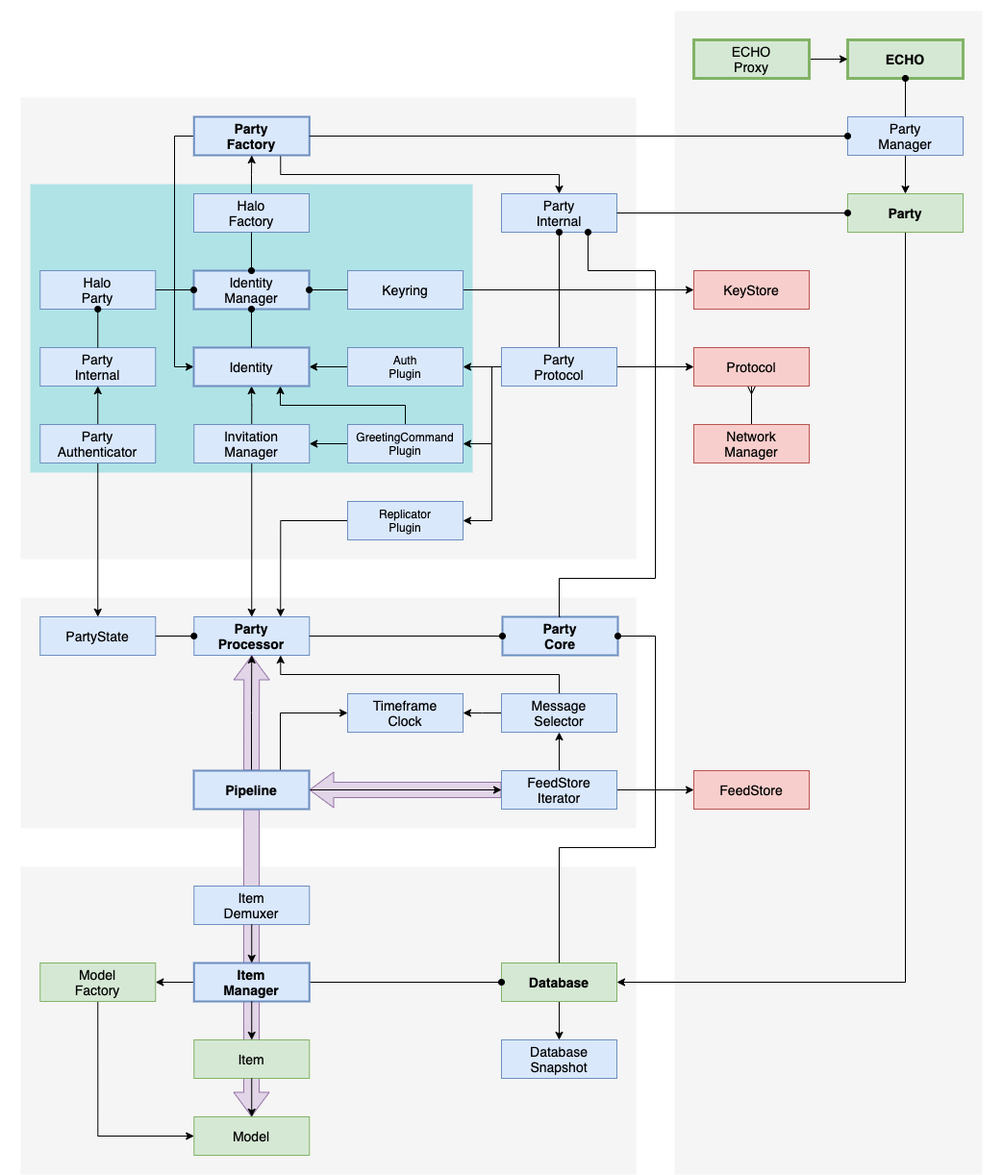
Earlier version of the draw.io export docs/diagrams/echo-architecture.png (dxos/dxos). Source tidied: cells renumbered, new cells last; positions are measured from the earlier drawing's top-left corner, leaving out a move shared by most shapes.
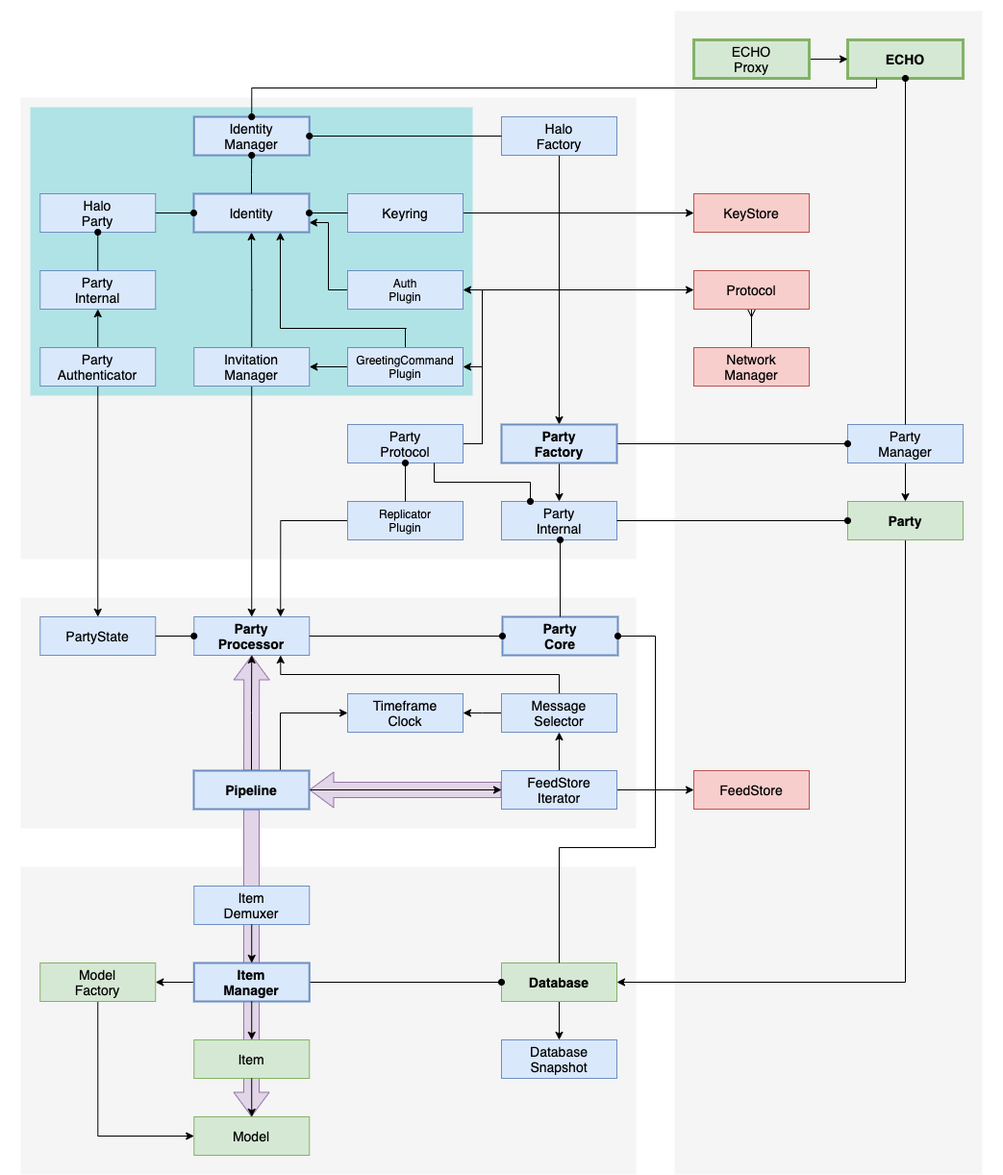
Later version of the same file.

Diff of the diagram source:
```diff
@@ -17,3 +17,3 @@
     <mxCell id="6" style="rounded=0;whiteSpace=wrap;html=1;fontSize=14;fontFamily=Helvetica;fontStyle=0;fillColor=#b0e3e6;strokeColor=none;" parent="1" vertex="1">
-      <mxGeometry x="30" y="190" width="460" height="300" as="geometry" />
+      <mxGeometry x="30" y="110" width="460" height="300" as="geometry" />
     </mxCell>
@@ -23,3 +23,3 @@
     <mxCell id="8" value="Party&lt;br&gt;Manager" style="rounded=0;whiteSpace=wrap;html=1;fontSize=14;fontFamily=Helvetica;fillColor=#dae8fc;strokeColor=#6c8ebf;fontStyle=0;strokeWidth=1;" parent="1" vertex="1">
-      <mxGeometry x="880" y="120" width="120" height="40" as="geometry" />
+      <mxGeometry x="880" y="440" width="120" height="40" as="geometry" />
     </mxCell>
@@ -44,35 +44,4 @@
     <mxCell id="15" value="Identity&lt;br&gt;Manager" style="rounded=0;whiteSpace=wrap;html=1;fontSize=14;fontFamily=Helvetica;fillColor=#dae8fc;strokeColor=#6c8ebf;fontStyle=0;strokeWidth=2;" parent="1" vertex="1">
-      <mxGeometry x="200" y="280" width="120" height="40" as="geometry" />
+      <mxGeometry x="200.2" y="120" width="120" height="40" as="geometry" />
     </mxCell>
-    <mxCell id="16" style="edgeStyle=orthogonalEdgeStyle;rounded=0;jettySize=auto;html=1;fontSize=12;startArrow=none;startFill=0;endArrow=classic;endFill=1;" parent="1" edge="1" source="84" target="64">
-      <mxGeometry relative="1" as="geometry" />
-    </mxCell>
-    <mxCell id="17" style="edgeStyle=orthogonalEdgeStyle;rounded=0;jettySize=auto;html=1;exitX=0;exitY=0.5;exitDx=0;exitDy=0;entryX=1;entryY=0.5;entryDx=0;entryDy=0;fontSize=12;startArrow=none;startFill=0;endArrow=classic;endFill=1;" parent="1" edge="1" source="84" target="67">
-      <mxGeometry relative="1" as="geometry">
-        <Array as="points">
-          <mxPoint x="510" y="380" />
-          <mxPoint x="510" y="460" />
-        </Array>
-      </mxGeometry>
-    </mxCell>
-    <mxCell id="18" style="edgeStyle=orthogonalEdgeStyle;rounded=0;jettySize=auto;html=1;exitX=0;exitY=0.5;exitDx=0;exitDy=0;entryX=1;entryY=0.5;entryDx=0;entryDy=0;fontSize=12;startArrow=none;startFill=0;endArrow=classic;endFill=1;" parent="1" edge="1" source="84" target="69">
-      <mxGeometry relative="1" as="geometry">
-        <Array as="points">
-          <mxPoint x="510" y="380" />
-          <mxPoint x="510" y="540" />
-        </Array>
-      </mxGeometry>
-    </mxCell>
-    <mxCell id="19" style="edgeStyle=orthogonalEdgeStyle;rounded=0;jettySize=auto;html=1;exitX=1;exitY=0.5;exitDx=0;exitDy=0;fontSize=12;startArrow=none;startFill=0;endArrow=classic;endFill=1;entryX=0;entryY=0.5;entryDx=0;entryDy=0;" parent="1" edge="1" source="84" target="71">
-      <mxGeometry relative="1" as="geometry" />
-    </mxCell>
-    <mxCell id="20" style="edgeStyle=orthogonalEdgeStyle;rounded=0;jettySize=auto;html=1;exitX=0.75;exitY=1;exitDx=0;exitDy=0;entryX=0.5;entryY=0;entryDx=0;entryDy=0;fontSize=12;startArrow=none;startFill=0;endArrow=classic;endFill=1;" parent="1" edge="1" source="22" target="72">
-      <mxGeometry relative="1" as="geometry" />
-    </mxCell>
-    <mxCell id="21" style="edgeStyle=orthogonalEdgeStyle;rounded=0;jettySize=auto;html=1;exitX=0;exitY=0.5;exitDx=0;exitDy=0;entryX=0;entryY=0.5;entryDx=0;entryDy=0;endArrow=classic;endFill=1;" parent="1" edge="1" source="22" target="92">
-      <mxGeometry relative="1" as="geometry" />
-    </mxCell>
-    <mxCell id="22" value="Party&lt;br&gt;Factory" style="rounded=0;whiteSpace=wrap;html=1;fontSize=14;fontFamily=Helvetica;fillColor=#dae8fc;strokeColor=#6c8ebf;fontStyle=1;strokeWidth=2;" parent="1" vertex="1">
-      <mxGeometry x="200.2" y="120" width="120" height="40" as="geometry" />
-    </mxCell>
     <mxCell id="23" style="edgeStyle=orthogonalEdgeStyle;rounded=0;jettySize=auto;html=1;exitX=0.5;exitY=1;exitDx=0;exitDy=0;entryX=0;entryY=0.5;entryDx=0;entryDy=0;endArrow=classic;endFill=1;startArrow=none;startFill=0;" parent="1" edge="1" source="24" target="54">
@@ -87,3 +56,3 @@
     <mxCell id="26" value="Network&lt;br&gt;Manager" style="rounded=0;whiteSpace=wrap;html=1;fontSize=14;fontFamily=Helvetica;fillColor=#f8cecc;strokeColor=#b85450;fontStyle=0;strokeWidth=1;" parent="1" vertex="1">
-      <mxGeometry x="720" y="440" width="120" height="40" as="geometry" />
+      <mxGeometry x="720" y="360" width="120" height="40" as="geometry" />
     </mxCell>
@@ -96,3 +65,3 @@
     <mxCell id="29" value="Invitation&lt;br&gt;Manager" style="rounded=0;whiteSpace=wrap;html=1;fontSize=14;fontFamily=Helvetica;fillColor=#dae8fc;strokeColor=#6c8ebf;fontStyle=0;strokeWidth=1;" parent="1" vertex="1">
-      <mxGeometry x="200.2" y="440" width="120" height="40" as="geometry" />
+      <mxGeometry x="200.2" y="360" width="120" height="40" as="geometry" />
     </mxCell>
@@ -102,3 +71,3 @@
     <mxCell id="31" value="KeyStore" style="rounded=0;whiteSpace=wrap;html=1;fontSize=14;fontFamily=Helvetica;fillColor=#f8cecc;strokeColor=#b85450;fontStyle=0;strokeWidth=1;" parent="1" vertex="1">
-      <mxGeometry x="720" y="280" width="120" height="40" as="geometry" />
+      <mxGeometry x="720" y="200" width="120" height="40" as="geometry" />
     </mxCell>
@@ -108,3 +77,3 @@
     <mxCell id="33" value="Party" style="rounded=0;whiteSpace=wrap;html=1;fontSize=14;fontFamily=Helvetica;fillColor=#d5e8d4;strokeColor=#82b366;fontStyle=1;strokeWidth=1;" parent="1" vertex="1">
-      <mxGeometry x="880" y="200" width="120" height="40" as="geometry" />
+      <mxGeometry x="880" y="520" width="120" height="40" as="geometry" />
     </mxCell>
@@ -136,3 +105,3 @@
     <mxCell id="39" value="Halo&lt;br&gt;Party" style="rounded=0;whiteSpace=wrap;html=1;fontSize=14;fontFamily=Helvetica;fillColor=#dae8fc;strokeColor=#6c8ebf;fontStyle=0;strokeWidth=1;" parent="1" vertex="1">
-      <mxGeometry x="40.2" y="280" width="120" height="40" as="geometry" />
+      <mxGeometry x="40.2" y="200" width="120" height="40" as="geometry" />
     </mxCell>
@@ -145,7 +114,4 @@
     <mxCell id="42" value="Keyring" style="rounded=0;whiteSpace=wrap;html=1;fontSize=14;fontFamily=Helvetica;fillColor=#dae8fc;strokeColor=#6c8ebf;fontStyle=0;strokeWidth=1;" parent="1" vertex="1">
-      <mxGeometry x="360" y="280" width="120" height="40" as="geometry" />
+      <mxGeometry x="360" y="200" width="120" height="40" as="geometry" />
     </mxCell>
-    <mxCell id="43" style="edgeStyle=orthogonalEdgeStyle;rounded=0;jettySize=auto;html=1;exitX=0;exitY=0.5;exitDx=0;exitDy=0;strokeWidth=1;endFill=0;endArrow=none;startFill=1;startArrow=oval;entryX=1;entryY=0.5;entryDx=0;entryDy=0;" parent="1" edge="1" source="8" target="22">
-      <mxGeometry relative="1" as="geometry" />
-    </mxCell>
     <mxCell id="44" style="edgeStyle=orthogonalEdgeStyle;rounded=0;jettySize=auto;html=1;exitX=0;exitY=0.5;exitDx=0;exitDy=0;entryX=1;entryY=0.5;entryDx=0;entryDy=0;startArrow=oval;startFill=1;endArrow=none;endFill=0;" parent="1" edge="1" source="35" target="56">
@@ -156,5 +122,2 @@
     </mxCell>
-    <mxCell id="46" style="edgeStyle=orthogonalEdgeStyle;rounded=0;jettySize=auto;html=1;exitX=1;exitY=0.5;exitDx=0;exitDy=0;strokeWidth=1;endFill=0;endArrow=none;startFill=1;startArrow=oval;" parent="1" edge="1" source="15" target="42">
-      <mxGeometry relative="1" as="geometry" />
-    </mxCell>
     <mxCell id="47" style="edgeStyle=orthogonalEdgeStyle;rounded=0;jettySize=auto;html=1;exitX=0;exitY=0.5;exitDx=0;exitDy=0;strokeWidth=1;endFill=0;endArrow=none;startFill=1;startArrow=oval;" parent="1" edge="1" source="12" target="13">
@@ -211,3 +174,3 @@
     </mxCell>
-    <mxCell id="63" style="edgeStyle=orthogonalEdgeStyle;rounded=0;jettySize=auto;html=1;exitX=0;exitY=0.5;exitDx=0;exitDy=0;entryX=1;entryY=0.5;entryDx=0;entryDy=0;fontSize=12;startArrow=none;startFill=0;endArrow=classic;endFill=1;" parent="1" edge="1" source="64" target="92">
+    <mxCell id="63" style="edgeStyle=orthogonalEdgeStyle;rounded=0;jettySize=auto;html=1;exitX=0;exitY=0.5;exitDx=0;exitDy=0;entryX=1;entryY=0.75;entryDx=0;entryDy=0;fontSize=12;startArrow=none;startFill=0;endArrow=classic;endFill=1;" parent="1" edge="1" source="64" target="92">
       <mxGeometry relative="1" as="geometry" />
@@ -215,3 +178,3 @@
     <mxCell id="64" value="Auth&lt;br style=&quot;font-size: 12px;&quot;&gt;Plugin" style="rounded=0;whiteSpace=wrap;html=1;fontSize=12;fontFamily=Helvetica;fillColor=#dae8fc;strokeColor=#6c8ebf;fontStyle=0;strokeWidth=1;" parent="1" vertex="1">
-      <mxGeometry x="360" y="360" width="120" height="40" as="geometry" />
+      <mxGeometry x="360" y="280" width="120" height="40" as="geometry" />
     </mxCell>
@@ -223,4 +186,4 @@
         <Array as="points">
-          <mxPoint x="420" y="420" />
-          <mxPoint x="290" y="420" />
+          <mxPoint x="421" y="340" />
+          <mxPoint x="291" y="340" />
         </Array>
@@ -229,3 +192,3 @@
     <mxCell id="67" value="GreetingCommand&lt;br style=&quot;font-size: 12px;&quot;&gt;Plugin" style="rounded=0;whiteSpace=wrap;html=1;fontSize=12;fontFamily=Helvetica;fillColor=#dae8fc;strokeColor=#6c8ebf;fontStyle=0;strokeWidth=1;" parent="1" vertex="1">
-      <mxGeometry x="360" y="440" width="120" height="40" as="geometry" />
+      <mxGeometry x="360" y="360" width="120" height="40" as="geometry" />
     </mxCell>
@@ -237,10 +200,7 @@
     </mxCell>
-    <mxCell id="70" style="edgeStyle=orthogonalEdgeStyle;rounded=0;jettySize=auto;html=1;exitX=0;exitY=0.5;exitDx=0;exitDy=0;fontSize=12;startArrow=oval;startFill=1;endArrow=none;endFill=0;" parent="1" edge="1" source="15" target="39">
-      <mxGeometry relative="1" as="geometry" />
-    </mxCell>
     <mxCell id="71" value="Protocol" style="rounded=0;whiteSpace=wrap;html=1;fontSize=14;fontFamily=Helvetica;fillColor=#f8cecc;strokeColor=#b85450;fontStyle=0;strokeWidth=1;" parent="1" vertex="1">
-      <mxGeometry x="720" y="360" width="120" height="40" as="geometry" />
+      <mxGeometry x="720" y="280" width="120" height="40" as="geometry" />
     </mxCell>
     <mxCell id="72" value="Party&lt;br&gt;Internal" style="rounded=0;whiteSpace=wrap;html=1;fontSize=14;fontFamily=Helvetica;fillColor=#dae8fc;strokeColor=#6c8ebf;fontStyle=0;strokeWidth=1;" parent="1" vertex="1">
-      <mxGeometry x="520" y="200" width="120" height="40" as="geometry" />
+      <mxGeometry x="520" y="520" width="120" height="40" as="geometry" />
     </mxCell>
@@ -259,3 +219,3 @@
     <mxCell id="77" value="Party&lt;br&gt;Authenticator" style="rounded=0;whiteSpace=wrap;html=1;fontSize=14;fontFamily=Helvetica;fillColor=#dae8fc;strokeColor=#6c8ebf;fontStyle=0;strokeWidth=1;" parent="1" vertex="1">
-      <mxGeometry x="40.2" y="440" width="120" height="40" as="geometry" />
+      <mxGeometry x="40.2" y="360" width="120" height="40" as="geometry" />
     </mxCell>
@@ -267,5 +227,2 @@
     </mxCell>
-    <mxCell id="80" style="edgeStyle=orthogonalEdgeStyle;rounded=0;jettySize=auto;html=1;exitX=0.5;exitY=1;exitDx=0;exitDy=0;entryX=0.5;entryY=0;entryDx=0;entryDy=0;fontSize=12;startArrow=oval;startFill=1;endArrow=none;endFill=0;" parent="1" edge="1" source="72" target="84">
-      <mxGeometry relative="1" as="geometry" />
-    </mxCell>
     <mxCell id="81" value="Party&lt;br&gt;Core" style="rounded=0;whiteSpace=wrap;html=1;fontSize=14;fontFamily=Helvetica;fillColor=#dae8fc;strokeColor=#6c8ebf;fontStyle=1;strokeWidth=2;" parent="1" vertex="1">
@@ -276,14 +233,23 @@
     </mxCell>
-    <mxCell id="83" style="edgeStyle=orthogonalEdgeStyle;rounded=0;jettySize=auto;html=1;exitX=0.5;exitY=0;exitDx=0;exitDy=0;entryX=0.75;entryY=1;entryDx=0;entryDy=0;endArrow=oval;endFill=1;" parent="1" edge="1" source="81" target="72">
+    <mxCell id="83" style="edgeStyle=orthogonalEdgeStyle;rounded=0;jettySize=auto;html=1;exitX=0.5;exitY=0;exitDx=0;exitDy=0;endArrow=oval;endFill=1;" parent="1" edge="1" source="81">
       <mxGeometry relative="1" as="geometry">
-        <Array as="points">
-          <mxPoint x="580" y="600" />
-          <mxPoint x="680" y="600" />
-          <mxPoint x="680" y="280" />
-          <mxPoint x="610" y="280" />
-        </Array>
+        <mxPoint x="581" y="560" as="targetPoint" />
       </mxGeometry>
     </mxCell>
+    <mxCell id="16" style="edgeStyle=orthogonalEdgeStyle;rounded=0;jettySize=auto;html=1;exitX=1;exitY=0.5;exitDx=0;exitDy=0;entryX=1;entryY=0.5;entryDx=0;entryDy=0;endArrow=classic;endFill=1;" parent="1" edge="1" source="84" target="64">
+      <mxGeometry relative="1" as="geometry" />
+    </mxCell>
+    <mxCell id="17" style="edgeStyle=orthogonalEdgeStyle;rounded=0;jettySize=auto;html=1;exitX=1;exitY=0.5;exitDx=0;exitDy=0;entryX=1;entryY=0.5;entryDx=0;entryDy=0;endArrow=classic;endFill=1;" parent="1" edge="1" source="84" target="67">
+      <mxGeometry relative="1" as="geometry" />
+    </mxCell>
+    <mxCell id="19" style="edgeStyle=orthogonalEdgeStyle;rounded=0;jettySize=auto;html=1;exitX=1;exitY=0.5;exitDx=0;exitDy=0;entryX=0;entryY=0.5;entryDx=0;entryDy=0;endArrow=classic;endFill=1;" parent="1" edge="1" source="84" target="71">
+      <mxGeometry relative="1" as="geometry">
+        <Array as="points">
+          <mxPoint x="500" y="460" />
+          <mxPoint x="500" y="300" />
+        </Array>
+      </mxGeometry>
+    </mxCell>
     <mxCell id="84" value="Party&lt;br&gt;Protocol" style="rounded=0;whiteSpace=wrap;html=1;fontSize=14;fontFamily=Helvetica;fillColor=#dae8fc;strokeColor=#6c8ebf;fontStyle=0;strokeWidth=1;" parent="1" vertex="1">
-      <mxGeometry x="520" y="360" width="120" height="40" as="geometry" />
+      <mxGeometry x="360" y="440" width="120" height="40" as="geometry" />
     </mxCell>
@@ -305,3 +271,3 @@
     <mxCell id="88" value="Party&lt;br&gt;Internal" style="rounded=0;whiteSpace=wrap;html=1;fontSize=14;fontFamily=Helvetica;fillColor=#dae8fc;strokeColor=#6c8ebf;fontStyle=0;strokeWidth=1;" parent="1" vertex="1">
-      <mxGeometry x="40.2" y="360" width="120" height="40" as="geometry" />
+      <mxGeometry x="40.2" y="280" width="120" height="40" as="geometry" />
     </mxCell>
@@ -310,3 +276,3 @@
     </mxCell>
-    <mxCell id="90" style="edgeStyle=orthogonalEdgeStyle;rounded=0;jettySize=auto;html=1;exitX=0.5;exitY=0;exitDx=0;exitDy=0;" parent="1" edge="1" source="91" target="22">
+    <mxCell id="90" style="edgeStyle=orthogonalEdgeStyle;rounded=0;jettySize=auto;html=1;entryX=0.5;entryY=0;entryDx=0;entryDy=0;endArrow=classic;endFill=1;" parent="1" edge="1" source="91" target="22">
       <mxGeometry relative="1" as="geometry" />
@@ -314,6 +280,6 @@
     <mxCell id="91" value="Halo&lt;br&gt;Factory" style="rounded=0;whiteSpace=wrap;html=1;fontSize=14;fontFamily=Helvetica;fillColor=#dae8fc;strokeColor=#6c8ebf;fontStyle=0;strokeWidth=1;" parent="1" vertex="1">
-      <mxGeometry x="200" y="200" width="120" height="40" as="geometry" />
+      <mxGeometry x="520" y="120" width="120" height="40" as="geometry" />
     </mxCell>
     <mxCell id="92" value="Identity" style="rounded=0;whiteSpace=wrap;html=1;fontSize=14;fontFamily=Helvetica;fillColor=#dae8fc;strokeColor=#6c8ebf;fontStyle=0;strokeWidth=2;" parent="1" vertex="1">
-      <mxGeometry x="200" y="360" width="120" height="40" as="geometry" />
+      <mxGeometry x="200" y="200" width="120" height="40" as="geometry" />
     </mxCell>
@@ -322,5 +288,34 @@
     </mxCell>
+    <mxCell id="95" style="edgeStyle=orthogonalEdgeStyle;rounded=0;jettySize=auto;html=1;exitX=0.75;exitY=1;exitDx=0;exitDy=0;entryX=0.25;entryY=0;entryDx=0;entryDy=0;endArrow=oval;endFill=1;" parent="1" edge="1" source="84" target="72">
+      <mxGeometry relative="1" as="geometry" />
+    </mxCell>
+    <mxCell id="20" style="edgeStyle=orthogonalEdgeStyle;rounded=0;jettySize=auto;html=1;exitX=0.5;exitY=1;exitDx=0;exitDy=0;entryX=0.5;entryY=0;entryDx=0;entryDy=0;endArrow=classic;endFill=1;" parent="1" edge="1" source="22" target="72">
+      <mxGeometry relative="1" as="geometry" />
+    </mxCell>
+    <mxCell id="96" style="edgeStyle=orthogonalEdgeStyle;rounded=0;jettySize=auto;html=1;exitX=1;exitY=0.5;exitDx=0;exitDy=0;entryX=0;entryY=0.5;entryDx=0;entryDy=0;endArrow=oval;endFill=1;" parent="1" edge="1" source="22" target="8">
+      <mxGeometry relative="1" as="geometry" />
+    </mxCell>
+    <mxCell id="22" value="Party&lt;br&gt;Factory" style="rounded=0;whiteSpace=wrap;html=1;fontSize=14;fontFamily=Helvetica;fillColor=#dae8fc;strokeColor=#6c8ebf;fontStyle=1;strokeWidth=2;" parent="1" vertex="1">
+      <mxGeometry x="520" y="440" width="120" height="40" as="geometry" />
+    </mxCell>
+    <mxCell id="97" style="edgeStyle=orthogonalEdgeStyle;rounded=0;jettySize=auto;html=1;exitX=0.5;exitY=0;exitDx=0;exitDy=0;entryX=0.5;entryY=1;entryDx=0;entryDy=0;endArrow=oval;endFill=1;" parent="1" edge="1" source="69" target="84">
+      <mxGeometry relative="1" as="geometry" />
+    </mxCell>
+    <mxCell id="98" style="edgeStyle=orthogonalEdgeStyle;rounded=0;jettySize=auto;html=1;exitX=0;exitY=0.5;exitDx=0;exitDy=0;entryX=1;entryY=0.5;entryDx=0;entryDy=0;endArrow=oval;endFill=1;" parent="1" edge="1" source="42" target="92">
+      <mxGeometry relative="1" as="geometry" />
+    </mxCell>
+    <mxCell id="70" style="edgeStyle=orthogonalEdgeStyle;rounded=0;jettySize=auto;html=1;exitX=0;exitY=0.5;exitDx=0;exitDy=0;fontSize=12;startArrow=oval;startFill=1;endArrow=none;endFill=0;entryX=1;entryY=0.5;entryDx=0;entryDy=0;" parent="1" edge="1" source="92" target="39">
+      <mxGeometry relative="1" as="geometry" />
+    </mxCell>
-    <mxCell id="94" style="edgeStyle=orthogonalEdgeStyle;rounded=0;jettySize=auto;html=1;exitX=0.5;exitY=1;exitDx=0;exitDy=0;endArrow=oval;endFill=1;entryX=0.5;entryY=0;entryDx=0;entryDy=0;" parent="1" edge="1" source="91" target="15">
+    <mxCell id="94" style="edgeStyle=orthogonalEdgeStyle;rounded=0;jettySize=auto;html=1;endArrow=oval;endFill=1;entryX=1;entryY=0.5;entryDx=0;entryDy=0;" parent="1" edge="1" source="91" target="15">
       <mxGeometry relative="1" as="geometry" />
     </mxCell>
+    <mxCell id="99" style="edgeStyle=orthogonalEdgeStyle;rounded=0;jettySize=auto;html=1;exitX=0.25;exitY=1;exitDx=0;exitDy=0;entryX=0.5;entryY=0;entryDx=0;entryDy=0;endArrow=oval;endFill=1;" parent="1" edge="1" source="32" target="15">
+      <mxGeometry relative="1" as="geometry">
+        <Array as="points">
+          <mxPoint x="910" y="90" />
+          <mxPoint x="260" y="90" />
+        </Array>
+      </mxGeometry>
+    </mxCell>
   </root>
```
